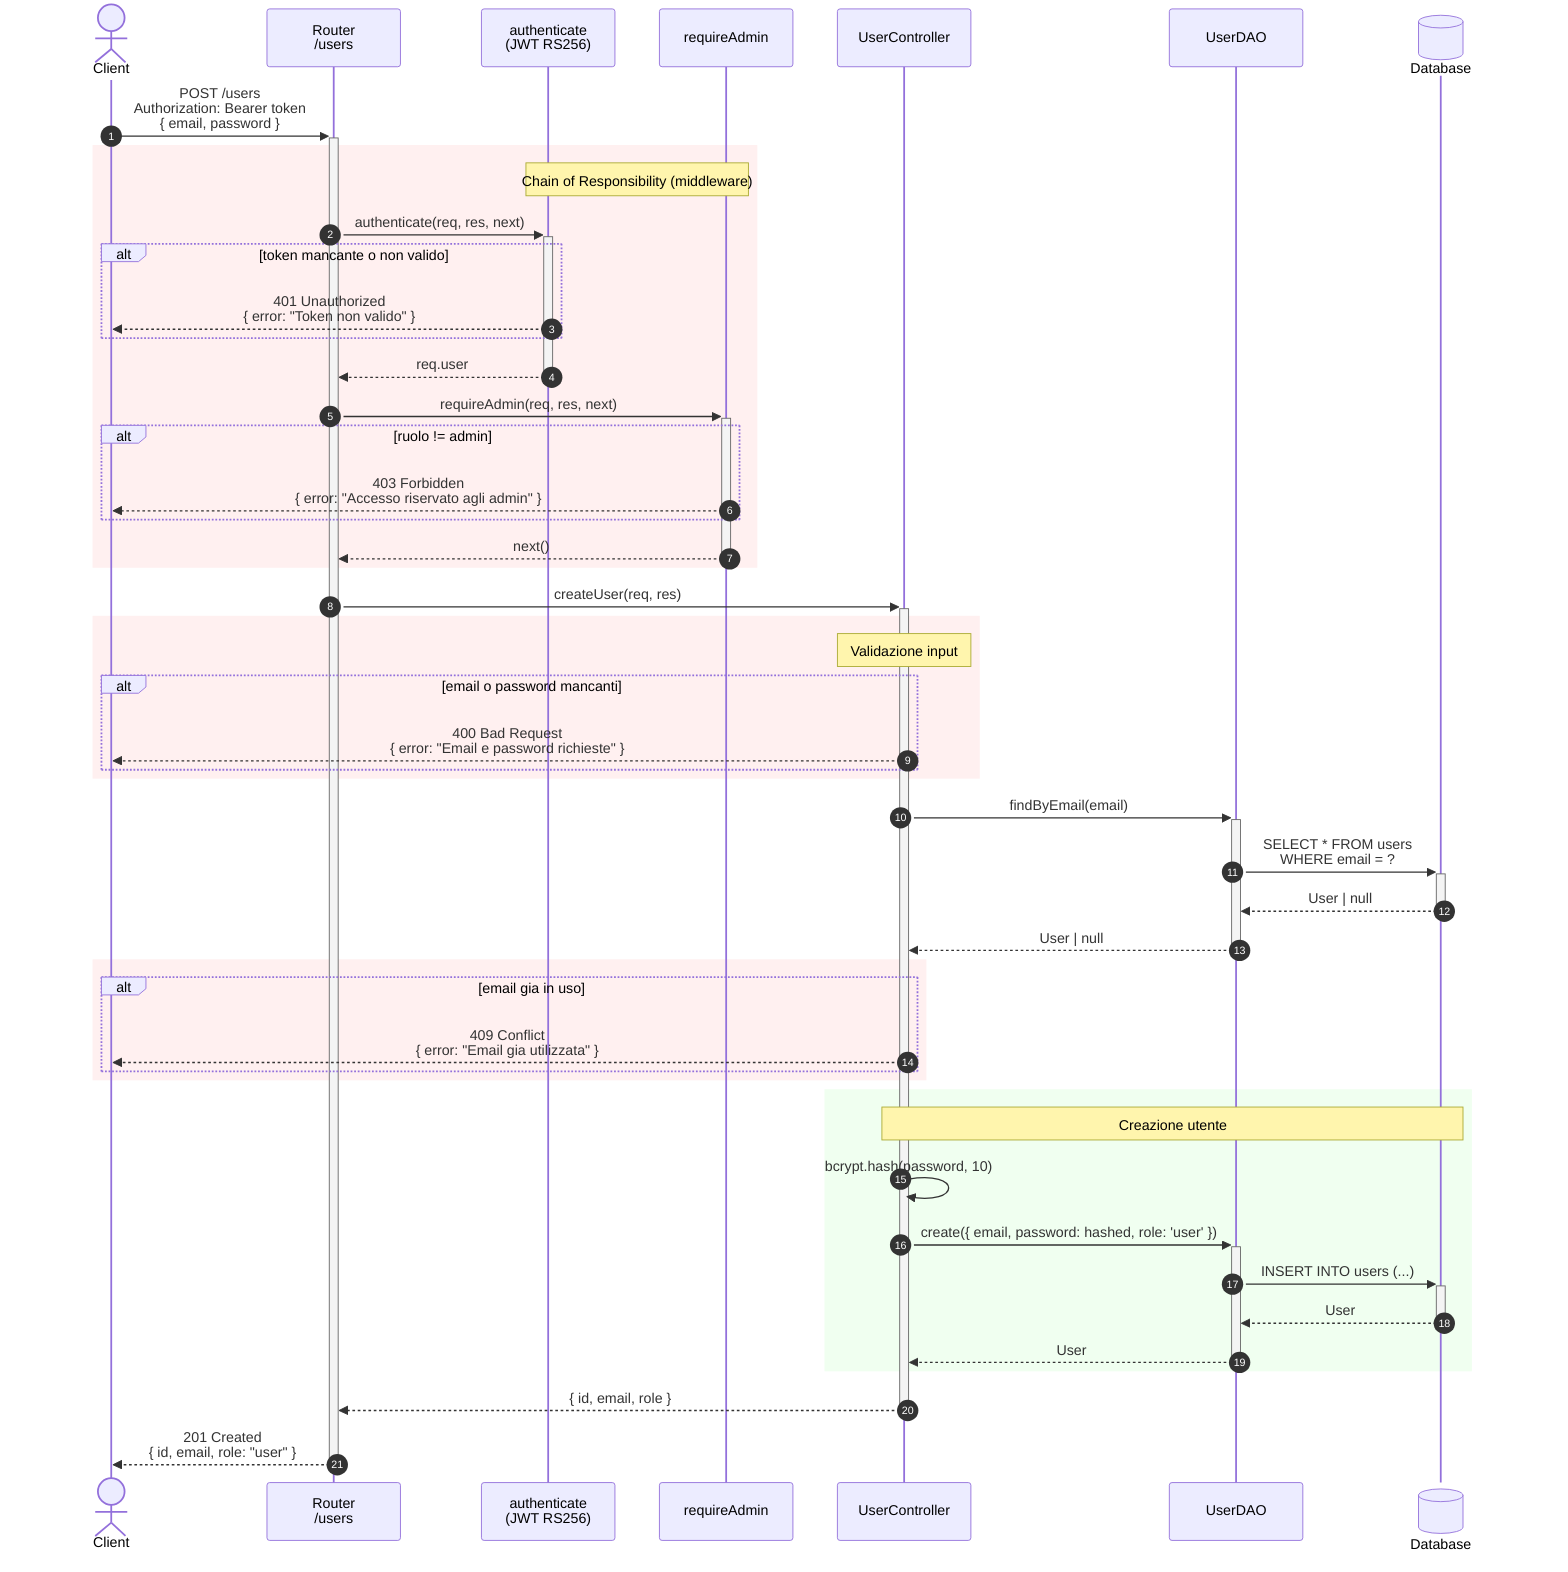
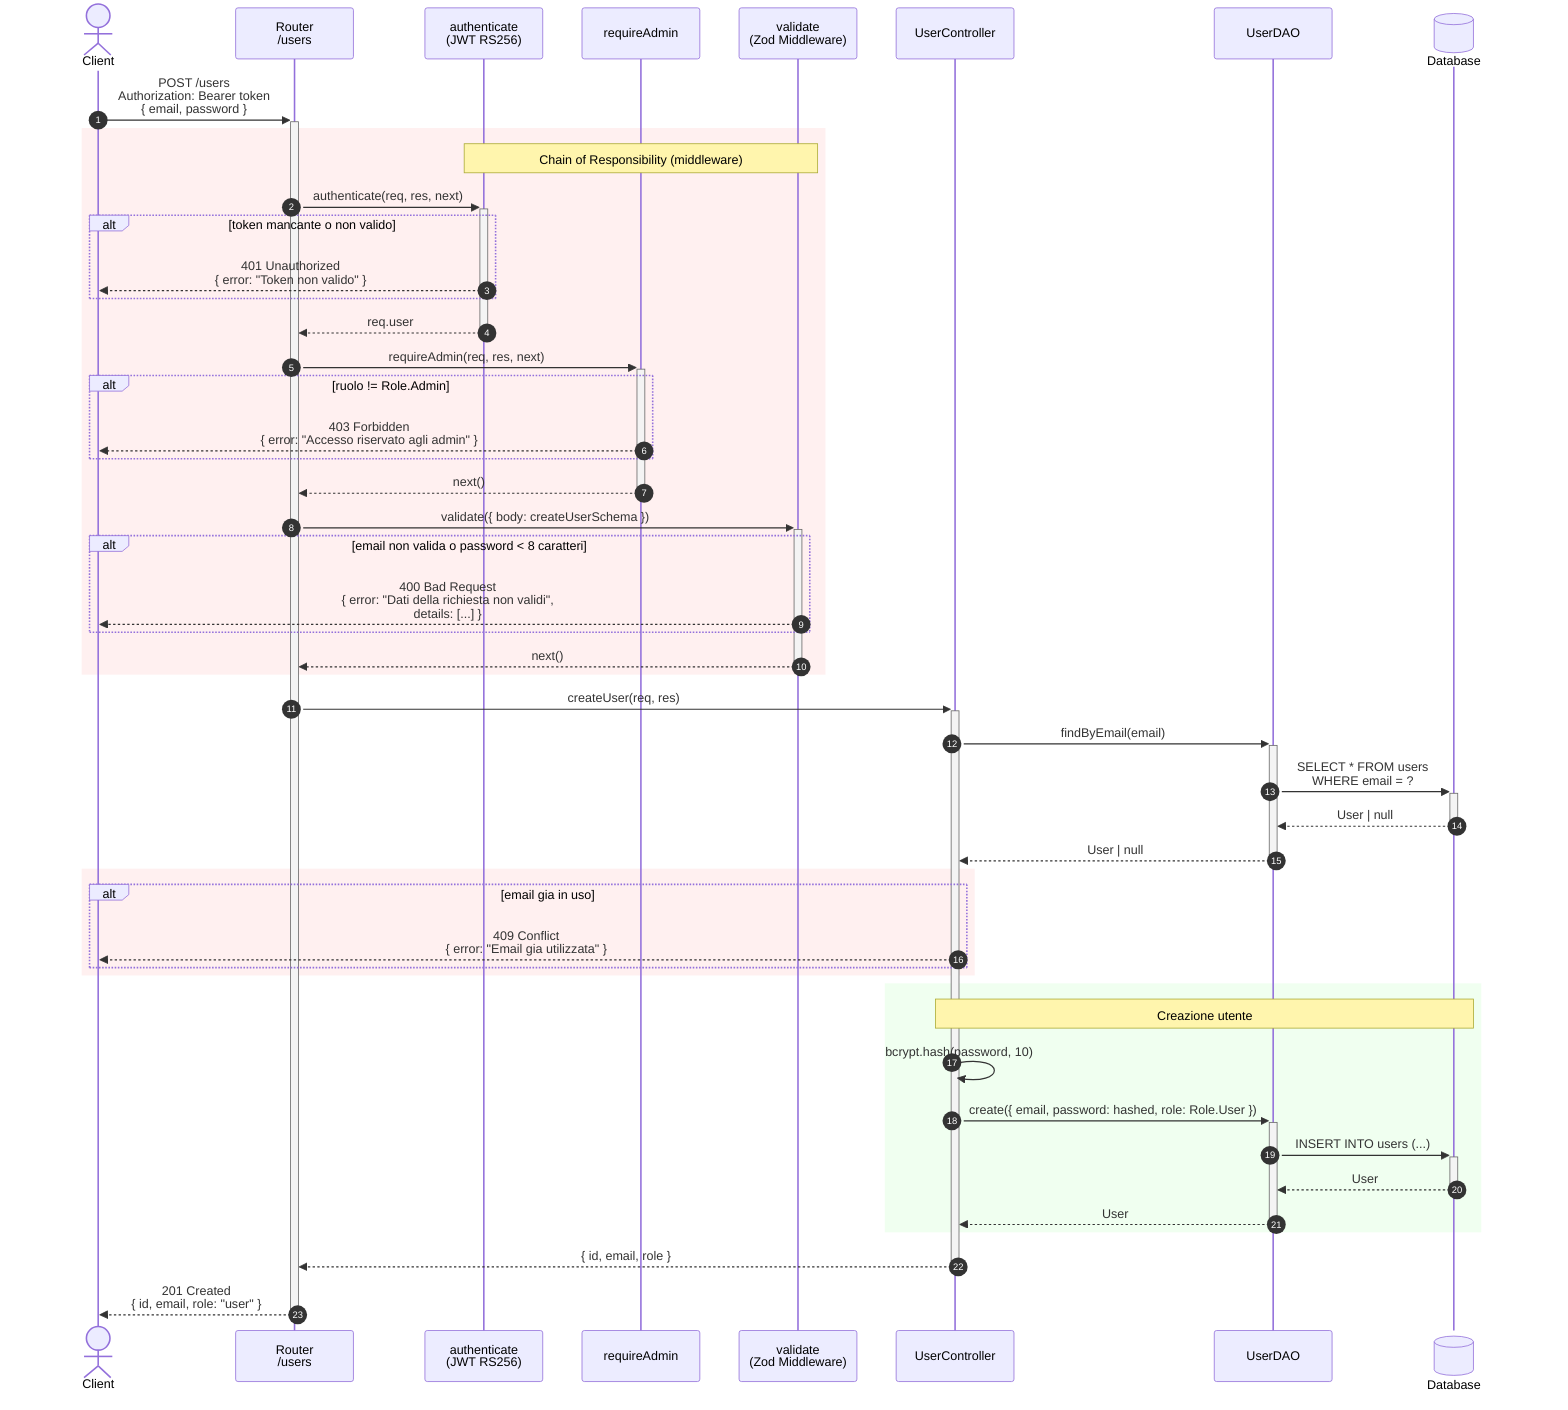
sequenceDiagram
    autonumber
    actor Client
    participant Router as Router<br/>/users
    participant Auth as authenticate<br/>(JWT RS256)
    participant Role as requireAdmin
+     participant Validate as validate<br/>(Zod Middleware)
    participant Controller as UserController
    participant DAO as UserDAO
    participant DB@{ "type": "database" } as Database

    Client->>+Router: POST /users<br/>Authorization: Bearer token<br/>{ email, password }

    rect rgb(255, 240, 240)
-         note over Auth,Role: Chain of Responsibility (middleware)
+         note over Auth,Validate: Chain of Responsibility (middleware)
        Router->>+Auth: authenticate(req, res, next)
        alt token mancante o non valido
            Auth-->>Client: 401 Unauthorized<br/>{ error: "Token non valido" }
        end
        Auth-->>-Router: req.user

        Router->>+Role: requireAdmin(req, res, next)
-         alt ruolo != admin
+         alt ruolo != Role.Admin
            Role-->>Client: 403 Forbidden<br/>{ error: "Accesso riservato agli admin" }
        end
        Role-->>-Router: next()
+ 
+         Router->>+Validate: validate({ body: createUserSchema })
+         alt email non valida o password < 8 caratteri
+             Validate-->>Client: 400 Bad Request<br/>{ error: "Dati della richiesta non validi",<br/>details: [...] }
+         end
+         Validate-->>-Router: next()
    end

    Router->>+Controller: createUser(req, res)
- 
-     rect rgb(255, 240, 240)
-         note over Controller: Validazione input
-         alt email o password mancanti
-             Controller-->>Client: 400 Bad Request<br/>{ error: "Email e password richieste" }
-         end
-     end

    Controller->>+DAO: findByEmail(email)
    DAO->>+DB: SELECT * FROM users<br/>WHERE email = ?
    DB-->>-DAO: User | null
    DAO-->>-Controller: User | null

    rect rgb(255, 240, 240)
        alt email gia in uso
            Controller-->>Client: 409 Conflict<br/>{ error: "Email gia utilizzata" }
        end
    end

    rect rgb(240, 255, 240)
        note over Controller,DB: Creazione utente
        Controller->>Controller: bcrypt.hash(password, 10)
-         Controller->>+DAO: create({ email, password: hashed, role: 'user' })
+         Controller->>+DAO: create({ email, password: hashed, role: Role.User })
        DAO->>+DB: INSERT INTO users (...)
        DB-->>-DAO: User
        DAO-->>-Controller: User
    end

    Controller-->>-Router: { id, email, role }
    Router-->>-Client: 201 Created<br/>{ id, email, role: "user" }
